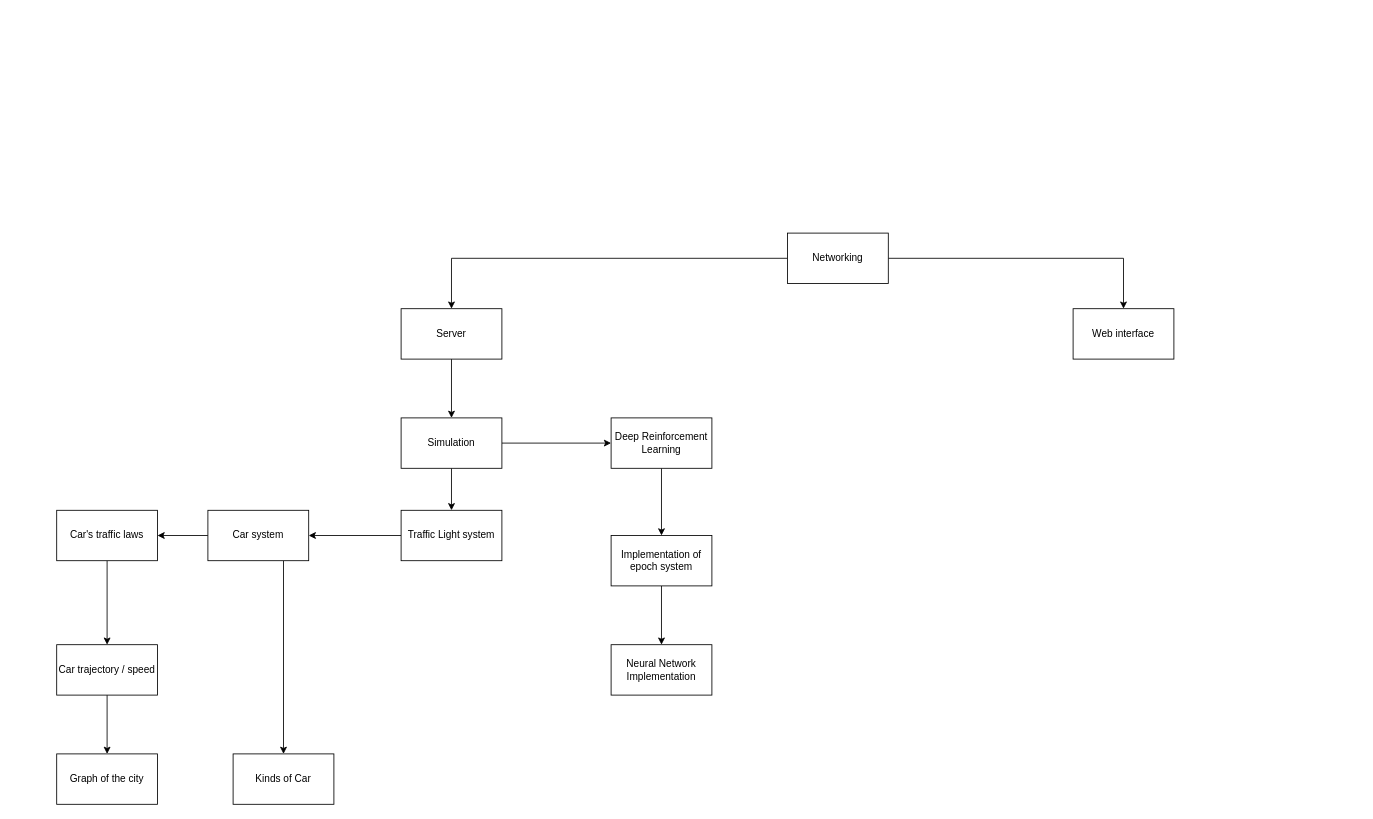
Above: trafficLight.drawio in melpiro/Chess (draw.io), before the change. Source tidied: cells renumbered, new cells numbered last; positions are measured from the earlier drawing's top-left corner, leaving out a move shared by most shapes. Both pictures are drawn from the tidied source at 84%, with x=0, y=0 at pixel (56, 233).
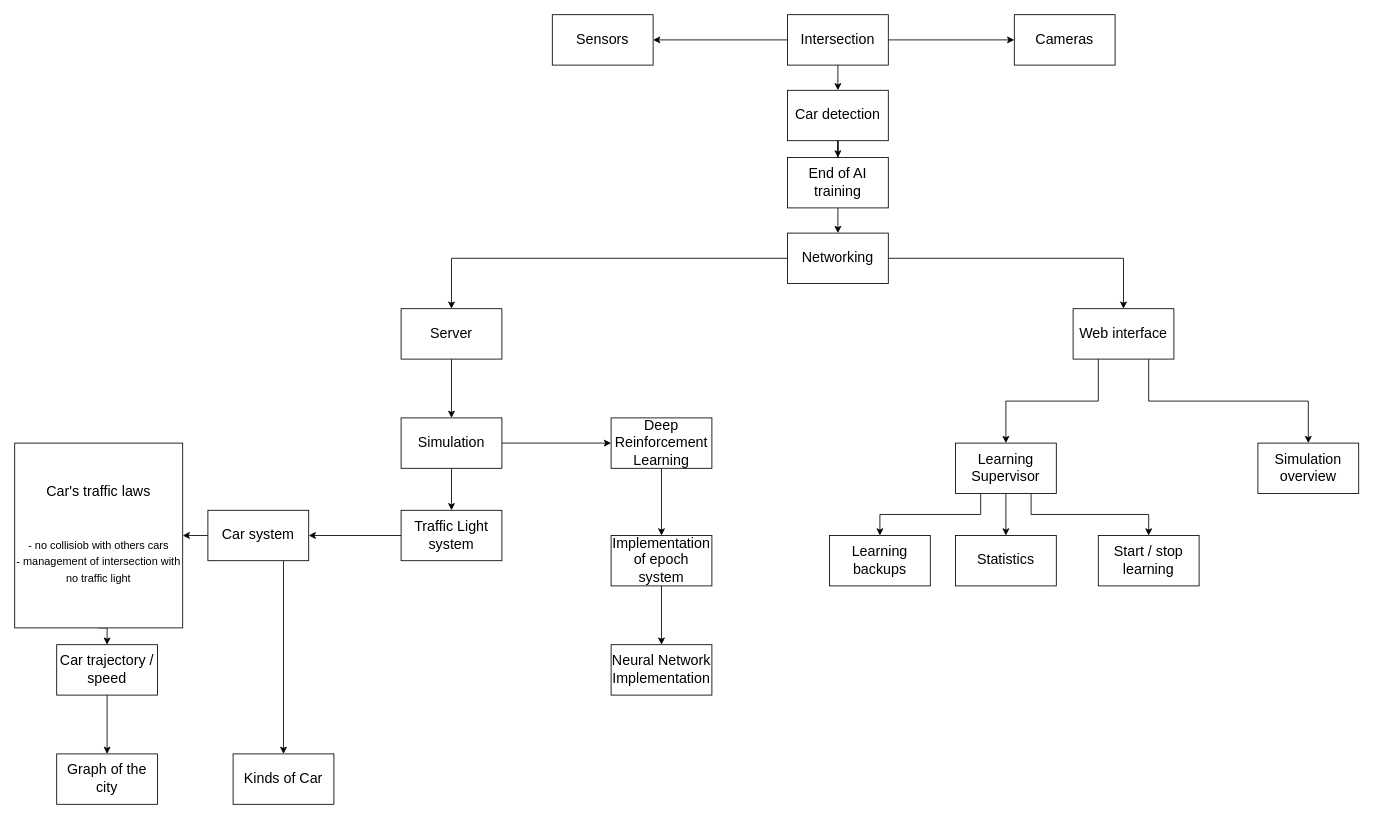
Above is the later version.

The edit, as a diff of the source:
```diff
@@
-    <mxCell id="2" style="edgeStyle=orthogonalEdgeStyle;rounded=0;jettySize=auto;html=1;exitX=0.5;exitY=1;exitDx=0;exitDy=0;" parent="1" edge="1" source="3" target="8">
+    <mxCell id="2" style="edgeStyle=orthogonalEdgeStyle;rounded=0;jettySize=auto;html=1;exitX=0.5;exitY=1;exitDx=0;exitDy=0;fontSize=17;" parent="1" edge="1" source="3" target="8">
       <mxGeometry relative="1" as="geometry" />
     </mxCell>
-    <mxCell id="3" value="Server" style="rounded=0;whiteSpace=wrap;html=1;" parent="1" vertex="1">
+    <mxCell id="3" value="Server" style="rounded=0;whiteSpace=wrap;html=1;fontSize=17;" parent="1" vertex="1">
       <mxGeometry x="410" y="90" width="120" height="60" as="geometry" />
     </mxCell>
+    <mxCell id="27" style="edgeStyle=orthogonalEdgeStyle;rounded=0;jettySize=auto;html=1;exitX=0.25;exitY=1;exitDx=0;exitDy=0;fontSize=17;" parent="1" edge="1" source="4" target="32">
+      <mxGeometry relative="1" as="geometry" />
+    </mxCell>
+    <mxCell id="28" style="edgeStyle=orthogonalEdgeStyle;rounded=0;jettySize=auto;html=1;exitX=0.75;exitY=1;exitDx=0;exitDy=0;fontSize=17;" parent="1" edge="1" source="4" target="44">
+      <mxGeometry relative="1" as="geometry" />
+    </mxCell>
-    <mxCell id="4" value="Web interface" style="rounded=0;whiteSpace=wrap;html=1;" parent="1" vertex="1">
+    <mxCell id="4" value="Web interface" style="rounded=0;whiteSpace=wrap;html=1;fontSize=17;" parent="1" vertex="1">
       <mxGeometry x="1210" y="90" width="120" height="60" as="geometry" />
     </mxCell>
-    <mxCell id="5" style="edgeStyle=orthogonalEdgeStyle;rounded=0;jettySize=auto;html=1;exitX=1;exitY=0.5;exitDx=0;exitDy=0;entryX=0;entryY=0.5;entryDx=0;entryDy=0;" parent="1" edge="1" source="8" target="13">
+    <mxCell id="5" style="edgeStyle=orthogonalEdgeStyle;rounded=0;jettySize=auto;html=1;exitX=1;exitY=0.5;exitDx=0;exitDy=0;entryX=0;entryY=0.5;entryDx=0;entryDy=0;fontSize=17;" parent="1" edge="1" source="8" target="13">
       <mxGeometry relative="1" as="geometry" />
     </mxCell>
-    <mxCell id="6" style="edgeStyle=orthogonalEdgeStyle;rounded=0;jettySize=auto;html=1;exitX=0;exitY=0.5;exitDx=0;exitDy=0;entryX=1;entryY=0.5;entryDx=0;entryDy=0;" parent="1" edge="1" source="26" target="16">
+    <mxCell id="6" style="edgeStyle=orthogonalEdgeStyle;rounded=0;jettySize=auto;html=1;exitX=0;exitY=0.5;exitDx=0;exitDy=0;entryX=1;entryY=0.5;entryDx=0;entryDy=0;fontSize=17;" parent="1" edge="1" source="26" target="16">
       <mxGeometry relative="1" as="geometry" />
     </mxCell>
-    <mxCell id="7" style="edgeStyle=orthogonalEdgeStyle;rounded=0;jettySize=auto;html=1;exitX=0.5;exitY=1;exitDx=0;exitDy=0;" parent="1" edge="1" source="8" target="26">
+    <mxCell id="7" style="edgeStyle=orthogonalEdgeStyle;rounded=0;jettySize=auto;html=1;exitX=0.5;exitY=1;exitDx=0;exitDy=0;fontSize=17;" parent="1" edge="1" source="8" target="26">
       <mxGeometry relative="1" as="geometry" />
     </mxCell>
-    <mxCell id="8" value="Simulation" style="rounded=0;whiteSpace=wrap;html=1;" parent="1" vertex="1">
+    <mxCell id="8" value="Simulation" style="rounded=0;whiteSpace=wrap;html=1;fontSize=17;" parent="1" vertex="1">
       <mxGeometry x="410" y="220" width="120" height="60" as="geometry" />
     </mxCell>
-    <mxCell id="9" value="Graph of the city" style="rounded=0;whiteSpace=wrap;html=1;" parent="1" vertex="1">
+    <mxCell id="9" value="Graph of the city" style="rounded=0;whiteSpace=wrap;html=1;fontSize=17;" parent="1" vertex="1">
       <mxGeometry y="620" width="120" height="60" as="geometry" />
     </mxCell>
-    <mxCell id="10" style="edgeStyle=orthogonalEdgeStyle;rounded=0;jettySize=auto;html=1;exitX=0.5;exitY=1;exitDx=0;exitDy=0;entryX=0.5;entryY=0;entryDx=0;entryDy=0;" parent="1" edge="1" source="11" target="9">
+    <mxCell id="10" style="edgeStyle=orthogonalEdgeStyle;rounded=0;jettySize=auto;html=1;exitX=0.5;exitY=1;exitDx=0;exitDy=0;entryX=0.5;entryY=0;entryDx=0;entryDy=0;fontSize=17;" parent="1" edge="1" source="11" target="9">
       <mxGeometry relative="1" as="geometry" />
     </mxCell>
-    <mxCell id="11" value="Car trajectory / speed" style="rounded=0;whiteSpace=wrap;html=1;" parent="1" vertex="1">
+    <mxCell id="11" value="Car trajectory / speed" style="rounded=0;whiteSpace=wrap;html=1;fontSize=17;" parent="1" vertex="1">
       <mxGeometry y="490" width="120" height="60" as="geometry" />
     </mxCell>
-    <mxCell id="12" style="edgeStyle=orthogonalEdgeStyle;rounded=0;jettySize=auto;html=1;exitX=0.5;exitY=1;exitDx=0;exitDy=0;" parent="1" edge="1" source="13" target="24">
+    <mxCell id="12" style="edgeStyle=orthogonalEdgeStyle;rounded=0;jettySize=auto;html=1;exitX=0.5;exitY=1;exitDx=0;exitDy=0;fontSize=17;" parent="1" edge="1" source="13" target="24">
       <mxGeometry relative="1" as="geometry" />
     </mxCell>
-    <mxCell id="13" value="Deep Reinforcement Learning" style="rounded=0;whiteSpace=wrap;html=1;" parent="1" vertex="1">
+    <mxCell id="13" value="Deep Reinforcement Learning" style="rounded=0;whiteSpace=wrap;html=1;fontSize=17;" parent="1" vertex="1">
       <mxGeometry x="660" y="220" width="120" height="60" as="geometry" />
     </mxCell>
-    <mxCell id="14" style="edgeStyle=orthogonalEdgeStyle;rounded=0;jettySize=auto;html=1;exitX=0.75;exitY=1;exitDx=0;exitDy=0;" parent="1" edge="1" source="16" target="17">
+    <mxCell id="14" style="edgeStyle=orthogonalEdgeStyle;rounded=0;jettySize=auto;html=1;exitX=0.75;exitY=1;exitDx=0;exitDy=0;fontSize=17;" parent="1" edge="1" source="16" target="17">
       <mxGeometry relative="1" as="geometry" />
     </mxCell>
-    <mxCell id="15" style="edgeStyle=orthogonalEdgeStyle;rounded=0;jettySize=auto;html=1;exitX=0;exitY=0.5;exitDx=0;exitDy=0;entryX=1;entryY=0.5;entryDx=0;entryDy=0;" parent="1" edge="1" source="16" target="22">
+    <mxCell id="15" style="edgeStyle=orthogonalEdgeStyle;rounded=0;jettySize=auto;html=1;exitX=0;exitY=0.5;exitDx=0;exitDy=0;entryX=1;entryY=0.5;entryDx=0;entryDy=0;fontSize=17;" parent="1" edge="1" source="16" target="22">
       <mxGeometry relative="1" as="geometry" />
     </mxCell>
-    <mxCell id="16" value="Car system" style="rounded=0;whiteSpace=wrap;html=1;" parent="1" vertex="1">
+    <mxCell id="16" value="Car system" style="rounded=0;whiteSpace=wrap;html=1;fontSize=17;" parent="1" vertex="1">
       <mxGeometry x="180" y="330" width="120" height="60" as="geometry" />
     </mxCell>
-    <mxCell id="17" value="Kinds of Car" style="rounded=0;whiteSpace=wrap;html=1;" parent="1" vertex="1">
+    <mxCell id="17" value="Kinds of Car" style="rounded=0;whiteSpace=wrap;html=1;fontSize=17;" parent="1" vertex="1">
       <mxGeometry x="210" y="620" width="120" height="60" as="geometry" />
     </mxCell>
-    <mxCell id="18" style="edgeStyle=orthogonalEdgeStyle;rounded=0;jettySize=auto;html=1;exitX=0;exitY=0.5;exitDx=0;exitDy=0;entryX=0.5;entryY=0;entryDx=0;entryDy=0;" parent="1" edge="1" source="20" target="3">
+    <mxCell id="18" style="edgeStyle=orthogonalEdgeStyle;rounded=0;jettySize=auto;html=1;exitX=0;exitY=0.5;exitDx=0;exitDy=0;entryX=0.5;entryY=0;entryDx=0;entryDy=0;fontSize=17;" parent="1" edge="1" source="20" target="3">
       <mxGeometry relative="1" as="geometry" />
     </mxCell>
-    <mxCell id="19" style="edgeStyle=orthogonalEdgeStyle;rounded=0;jettySize=auto;html=1;exitX=1;exitY=0.5;exitDx=0;exitDy=0;entryX=0.5;entryY=0;entryDx=0;entryDy=0;" parent="1" edge="1" source="20" target="4">
+    <mxCell id="19" style="edgeStyle=orthogonalEdgeStyle;rounded=0;jettySize=auto;html=1;exitX=1;exitY=0.5;exitDx=0;exitDy=0;entryX=0.5;entryY=0;entryDx=0;entryDy=0;fontSize=17;" parent="1" edge="1" source="20" target="4">
       <mxGeometry relative="1" as="geometry" />
     </mxCell>
-    <mxCell id="20" value="Networking" style="rounded=0;whiteSpace=wrap;html=1;" parent="1" vertex="1">
+    <mxCell id="20" value="Networking" style="rounded=0;whiteSpace=wrap;html=1;fontSize=17;" parent="1" vertex="1">
       <mxGeometry x="870" width="120" height="60" as="geometry" />
     </mxCell>
-    <mxCell id="21" style="edgeStyle=orthogonalEdgeStyle;rounded=0;jettySize=auto;html=1;exitX=0.5;exitY=1;exitDx=0;exitDy=0;entryX=0.5;entryY=0;entryDx=0;entryDy=0;" parent="1" edge="1" source="22" target="11">
+    <mxCell id="21" style="edgeStyle=orthogonalEdgeStyle;rounded=0;jettySize=auto;html=1;exitX=0.5;exitY=1;exitDx=0;exitDy=0;entryX=0.5;entryY=0;entryDx=0;entryDy=0;fontSize=17;" parent="1" edge="1" source="22" target="11">
       <mxGeometry relative="1" as="geometry" />
     </mxCell>
-    <mxCell id="22" value="Car's traffic laws" style="rounded=0;whiteSpace=wrap;html=1;" parent="1" vertex="1">
-      <mxGeometry y="330" width="120" height="60" as="geometry" />
+    <mxCell id="22" value="Car's traffic laws&lt;br style=&quot;font-size: 17px&quot;&gt;&lt;br style=&quot;font-size: 17px&quot;&gt;&lt;br style=&quot;font-size: 17px&quot;&gt;&lt;font style=&quot;font-size: 13px&quot;&gt;- no collisiob with others cars&lt;br&gt;- management of intersection with no traffic light&lt;/font&gt;" style="rounded=0;whiteSpace=wrap;html=1;fontSize=17;" parent="1" vertex="1">
+      <mxGeometry x="-50" y="250" width="200" height="220" as="geometry" />
     </mxCell>
-    <mxCell id="23" style="edgeStyle=orthogonalEdgeStyle;rounded=0;jettySize=auto;html=1;exitX=0.5;exitY=1;exitDx=0;exitDy=0;" parent="1" edge="1" source="24" target="25">
+    <mxCell id="23" style="edgeStyle=orthogonalEdgeStyle;rounded=0;jettySize=auto;html=1;exitX=0.5;exitY=1;exitDx=0;exitDy=0;fontSize=17;" parent="1" edge="1" source="24" target="25">
       <mxGeometry relative="1" as="geometry" />
     </mxCell>
-    <mxCell id="24" value="Implementation of epoch system" style="rounded=0;whiteSpace=wrap;html=1;" parent="1" vertex="1">
+    <mxCell id="24" value="Implementation of epoch system" style="rounded=0;whiteSpace=wrap;html=1;fontSize=17;" parent="1" vertex="1">
       <mxGeometry x="660" y="360" width="120" height="60" as="geometry" />
     </mxCell>
-    <mxCell id="25" value="Neural Network Implementation" style="rounded=0;whiteSpace=wrap;html=1;" parent="1" vertex="1">
+    <mxCell id="25" value="Neural Network Implementation" style="rounded=0;whiteSpace=wrap;html=1;fontSize=17;" parent="1" vertex="1">
       <mxGeometry x="660" y="490" width="120" height="60" as="geometry" />
     </mxCell>
-    <mxCell id="26" value="Traffic Light system" style="rounded=0;whiteSpace=wrap;html=1;" parent="1" vertex="1">
+    <mxCell id="26" value="Traffic Light system" style="rounded=0;whiteSpace=wrap;html=1;fontSize=17;" parent="1" vertex="1">
       <mxGeometry x="410" y="330" width="120" height="60" as="geometry" />
     </mxCell>
+    <mxCell id="29" style="edgeStyle=orthogonalEdgeStyle;rounded=0;jettySize=auto;html=1;exitX=0.25;exitY=1;exitDx=0;exitDy=0;fontSize=17;" parent="1" edge="1" source="32" target="33">
+      <mxGeometry relative="1" as="geometry" />
+    </mxCell>
+    <mxCell id="30" style="edgeStyle=orthogonalEdgeStyle;rounded=0;jettySize=auto;html=1;exitX=0.75;exitY=1;exitDx=0;exitDy=0;fontSize=17;" parent="1" edge="1" source="32" target="34">
+      <mxGeometry relative="1" as="geometry" />
+    </mxCell>
+    <mxCell id="31" style="edgeStyle=orthogonalEdgeStyle;rounded=0;jettySize=auto;html=1;exitX=0.5;exitY=1;exitDx=0;exitDy=0;fontSize=17;" parent="1" edge="1" source="32" target="43">
+      <mxGeometry relative="1" as="geometry" />
+    </mxCell>
+    <mxCell id="32" value="Learning Supervisor" style="rounded=0;whiteSpace=wrap;html=1;fontSize=17;" parent="1" vertex="1">
+      <mxGeometry x="1070" y="250" width="120" height="60" as="geometry" />
+    </mxCell>
+    <mxCell id="33" value="Learning backups" style="rounded=0;whiteSpace=wrap;html=1;fontSize=17;" parent="1" vertex="1">
+      <mxGeometry x="920" y="360" width="120" height="60" as="geometry" />
+    </mxCell>
+    <mxCell id="34" value="Start / stop learning" style="rounded=0;whiteSpace=wrap;html=1;fontSize=17;" parent="1" vertex="1">
+      <mxGeometry x="1240" y="360" width="120" height="60" as="geometry" />
+    </mxCell>
+    <mxCell id="35" style="edgeStyle=orthogonalEdgeStyle;rounded=0;jettySize=auto;html=1;exitX=0.5;exitY=1;exitDx=0;exitDy=0;fontSize=17;" parent="1" edge="1" source="36" target="42">
+      <mxGeometry relative="1" as="geometry" />
+    </mxCell>
+    <mxCell id="36" value="Car detection" style="rounded=0;whiteSpace=wrap;html=1;fontSize=17;" parent="1" vertex="1">
+      <mxGeometry x="870" y="-170" width="120" height="60" as="geometry" />
+    </mxCell>
+    <mxCell id="37" style="edgeStyle=orthogonalEdgeStyle;rounded=0;jettySize=auto;html=1;exitX=0.5;exitY=1;exitDx=0;exitDy=0;entryX=0.5;entryY=0;entryDx=0;entryDy=0;fontSize=17;" parent="1" edge="1" source="40" target="36">
+      <mxGeometry relative="1" as="geometry" />
+    </mxCell>
+    <mxCell id="38" style="edgeStyle=orthogonalEdgeStyle;rounded=0;jettySize=auto;html=1;exitX=1;exitY=0.5;exitDx=0;exitDy=0;fontSize=17;" parent="1" edge="1" source="40" target="45">
+      <mxGeometry relative="1" as="geometry" />
+    </mxCell>
+    <mxCell id="39" style="edgeStyle=orthogonalEdgeStyle;rounded=0;jettySize=auto;html=1;fontSize=17;" parent="1" edge="1" source="40" target="46">
+      <mxGeometry relative="1" as="geometry" />
+    </mxCell>
+    <mxCell id="40" value="Intersection" style="rounded=0;whiteSpace=wrap;html=1;fontSize=17;" parent="1" vertex="1">
+      <mxGeometry x="870" y="-260" width="120" height="60" as="geometry" />
+    </mxCell>
+    <mxCell id="41" style="edgeStyle=orthogonalEdgeStyle;rounded=0;jettySize=auto;html=1;exitX=0.5;exitY=1;exitDx=0;exitDy=0;entryX=0.5;entryY=0;entryDx=0;entryDy=0;fontSize=17;" parent="1" edge="1" source="42" target="20">
+      <mxGeometry relative="1" as="geometry" />
+    </mxCell>
+    <mxCell id="42" value="End of AI training" style="rounded=0;whiteSpace=wrap;html=1;fontSize=17;" parent="1" vertex="1">
+      <mxGeometry x="870" y="-90" width="120" height="60" as="geometry" />
+    </mxCell>
+    <mxCell id="43" value="Statistics" style="rounded=0;whiteSpace=wrap;html=1;fontSize=17;" parent="1" vertex="1">
+      <mxGeometry x="1070" y="360" width="120" height="60" as="geometry" />
+    </mxCell>
+    <mxCell id="44" value="Simulation overview" style="rounded=0;whiteSpace=wrap;html=1;fontSize=17;" parent="1" vertex="1">
+      <mxGeometry x="1430" y="250" width="120" height="60" as="geometry" />
+    </mxCell>
+    <mxCell id="45" value="Cameras" style="rounded=0;whiteSpace=wrap;html=1;fontSize=17;" parent="1" vertex="1">
+      <mxGeometry x="1140" y="-260" width="120" height="60" as="geometry" />
+    </mxCell>
+    <mxCell id="46" value="Sensors" style="rounded=0;whiteSpace=wrap;html=1;fontSize=17;" parent="1" vertex="1">
+      <mxGeometry x="590" y="-260" width="120" height="60" as="geometry" />
+    </mxCell>
```
